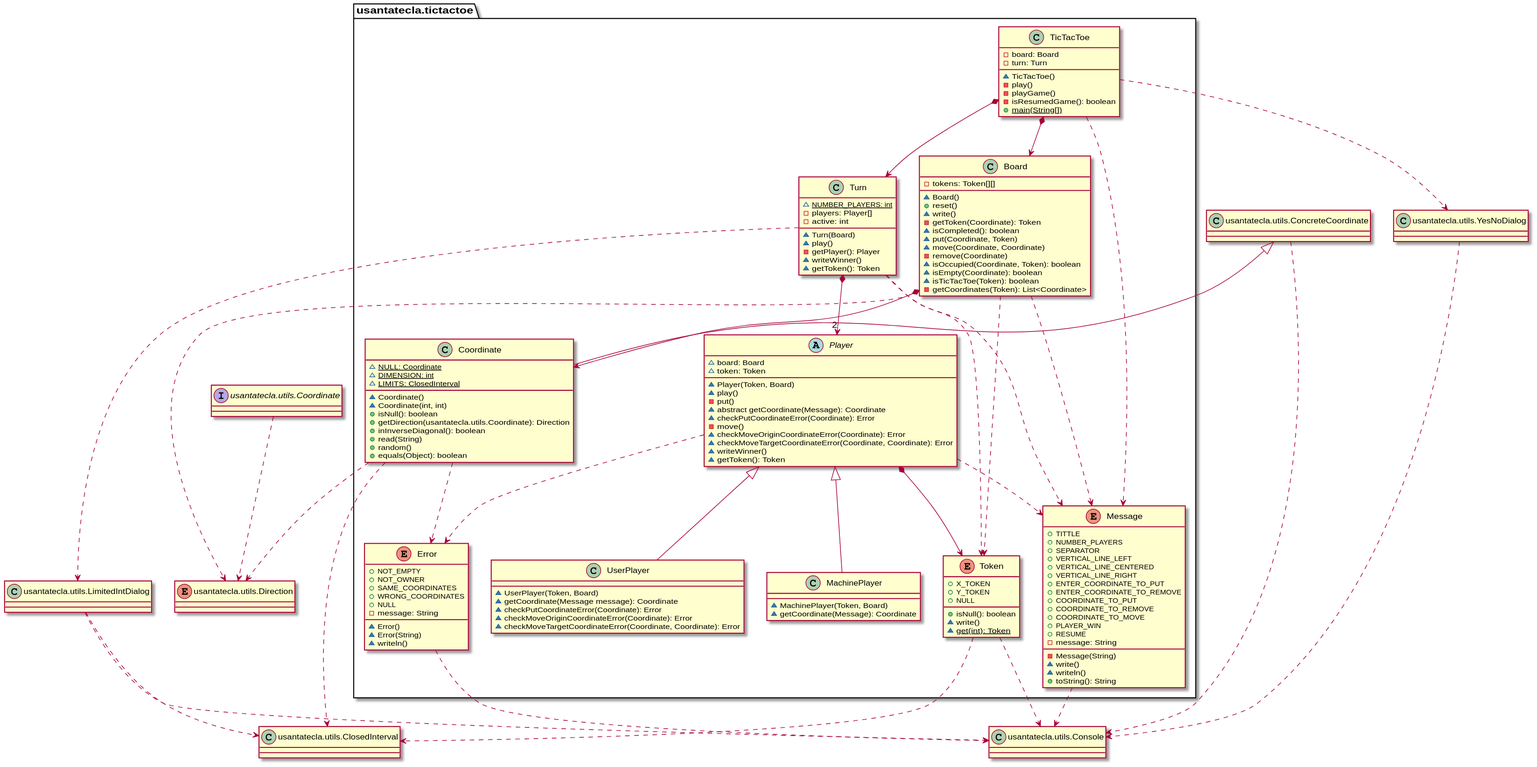
This is domainModel/docs/diagrams/out/paquetes/tictactoe.svg from Jolucaa/USantaTecla-project-ticTacToe, a PlantUML export, as it was before one commit.
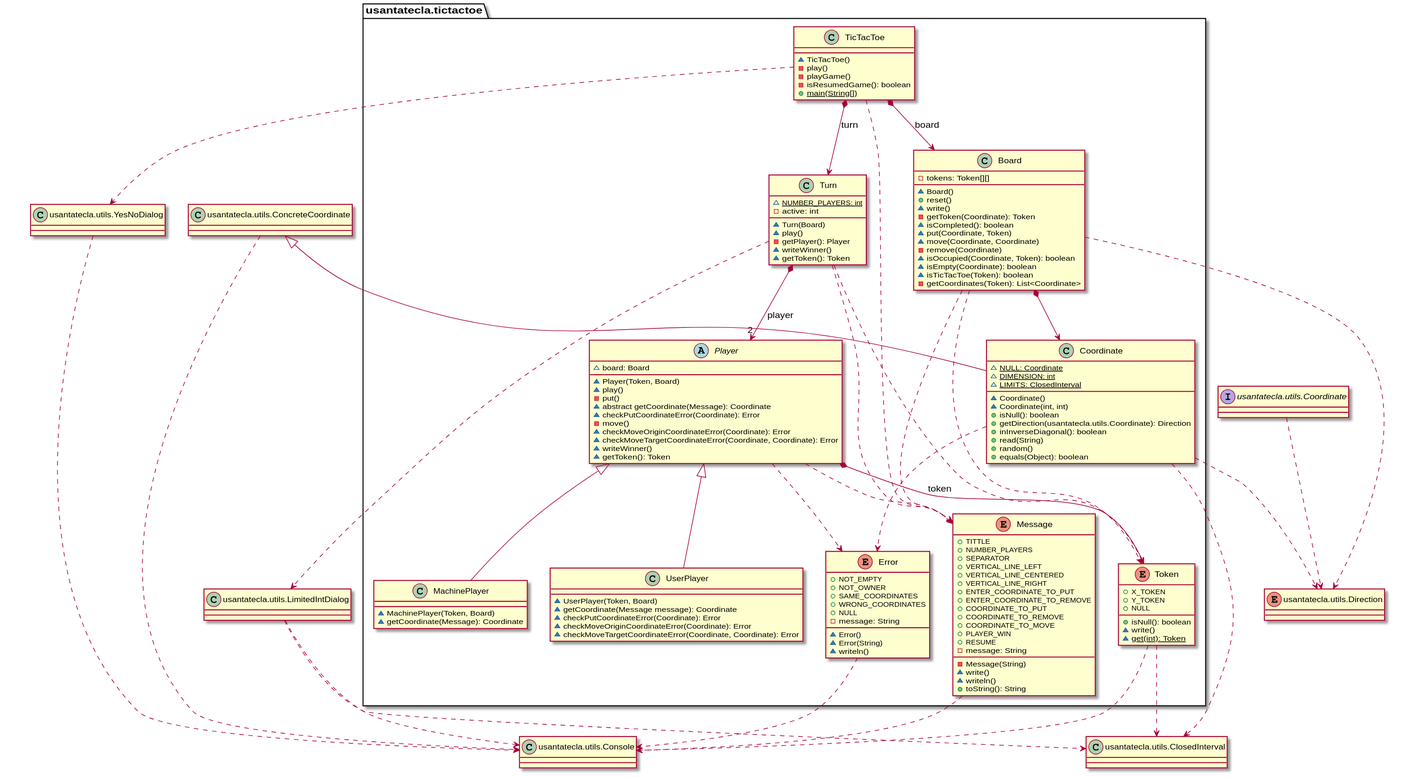
Later version of the same file.

Commit message:
Diagrams of domainModel finished

The edit, as a diff of the source:
```diff
@@ -72,7 +72,6 @@
 
 abstract class Player {
 	~ board: Board
-	~ token: Token
 	~ Player(Token, Board)
 	~ play()
 	- put()
@@ -86,8 +85,6 @@
 }
 
 class TicTacToe{
-    - board: Board
-	- turn: Turn
     ~ TicTacToe()
 	- play()
     - playGame()
@@ -106,7 +103,6 @@
 
 class Turn {
 	~ NUMBER_PLAYERS: {static} int
-	- players: Player[]
 	- active: int
 	~ Turn(Board)
 	~ play()
@@ -123,13 +119,13 @@
 	~ checkMoveTargetCoordinateError(Coordinate, Coordinate): Error
 }
 
-TicTacToe *-down-> Board
-TicTacToe *-down-> Turn
+TicTacToe *-down-> Board : board
+TicTacToe *-down-> Turn : turn
 
 Board .down.> Token
 Turn .down.> Token
-Player *-down-> Token
-Turn *-down-> "2" Player
+Player *-down-> Token : token
+Turn *-down-> "2" Player : player
 Board *-down-> Coordinate
 Player <|-down- MachinePlayer
 Coordinate .down.> Error
```
